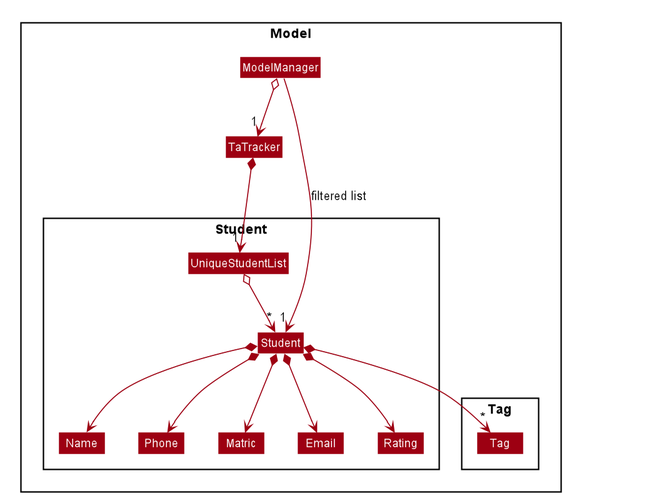
The PlantUML diagram docs/images/StudentClassDiagram.png in nus-cs2103-AY1920S2/addressbook-level3, before a commit.
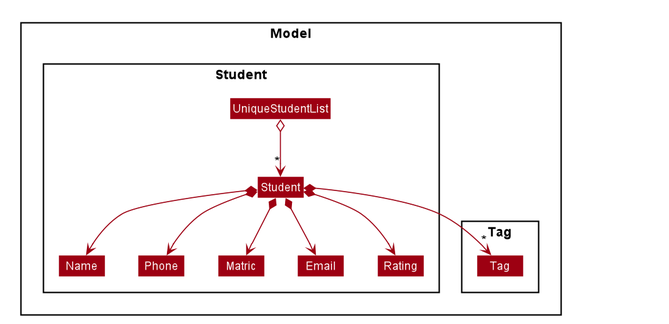
Later version of the same file.

Diff of the diagram source:
```diff
@@ -52,8 +52,6 @@
 skinparam classBackgroundColor #9D0012
 
 Package Model <<Rectangle>>{
-Class TaTracker
-Class ModelManager
 
 Package Student {
 Class Student
@@ -72,9 +70,7 @@
 
 Class HiddenOutside #FFFFFF
 
-TaTracker *--> "1" UniqueStudentList
 UniqueStudentList o--> "*" Student
-ModelManager o--> "1" TaTracker
 Student *--> Name
 Student *--> Rating
 Student *--> Phone
@@ -86,5 +82,4 @@
 Phone -[hidden]right-> Matric
 Matric -[hidden]right-> Email
 
-ModelManager -->"1" Student : filtered list
 @enduml
```
